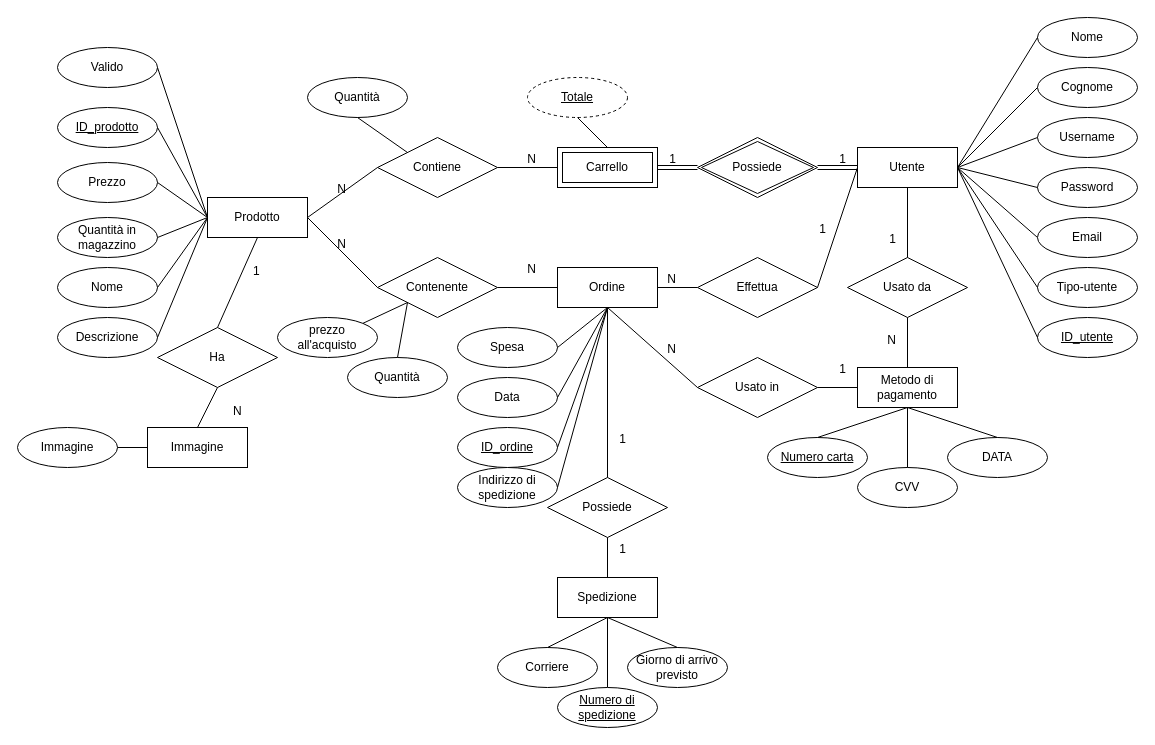
superfra01/GourmetSpices keeps this draw.io diagram as BD/GourmetSpices.drawio. Above is the earlier version. Source tidied: cells renumbered, new cells numbered last; positions are measured from the earlier drawing's top-left corner, leaving out a move shared by most shapes. Both pictures are drawn from the tidied source at 100%, with x=0, y=0 at pixel (17, 17).
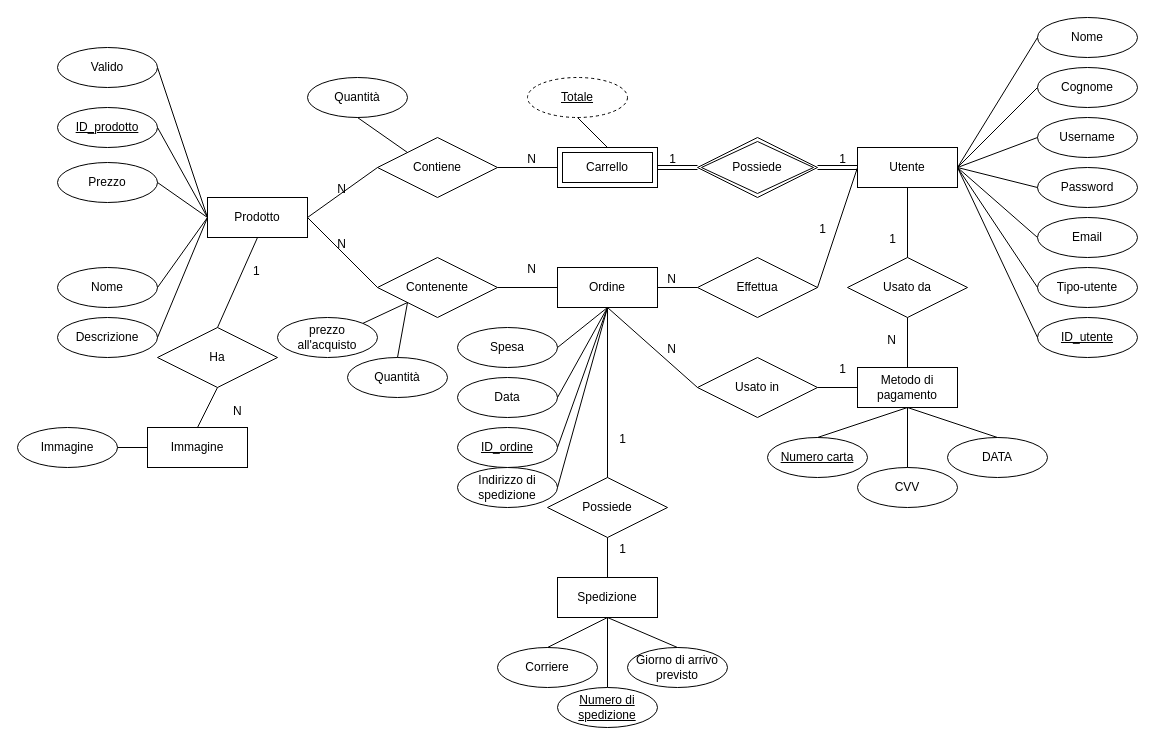
After the change.

Unchanged cells that the change refers to:
```xml
<mxCell id="14" value="Prodotto" style="whiteSpace=wrap;html=1;align=center;" parent="1" vertex="1">
  <mxGeometry x="190" y="180" width="100" height="40" as="geometry" />
</mxCell>
```

Change to the diagram source:
```diff
@@
-    <mxCell id="57" value="Quantità in magazzino" style="ellipse;whiteSpace=wrap;html=1;align=center;" parent="1" vertex="1">
-      <mxGeometry x="40" y="200" width="100" height="40" as="geometry" />
-    </mxCell>
-    <mxCell id="58" style="endArrow=none;html=1;rounded=0;exitX=1;exitY=0.5;exitDx=0;exitDy=0;entryX=0;entryY=0.5;entryDx=0;entryDy=0;" parent="1" edge="1" source="57" target="14">
-      <mxGeometry relative="1" as="geometry" />
-    </mxCell>
```
